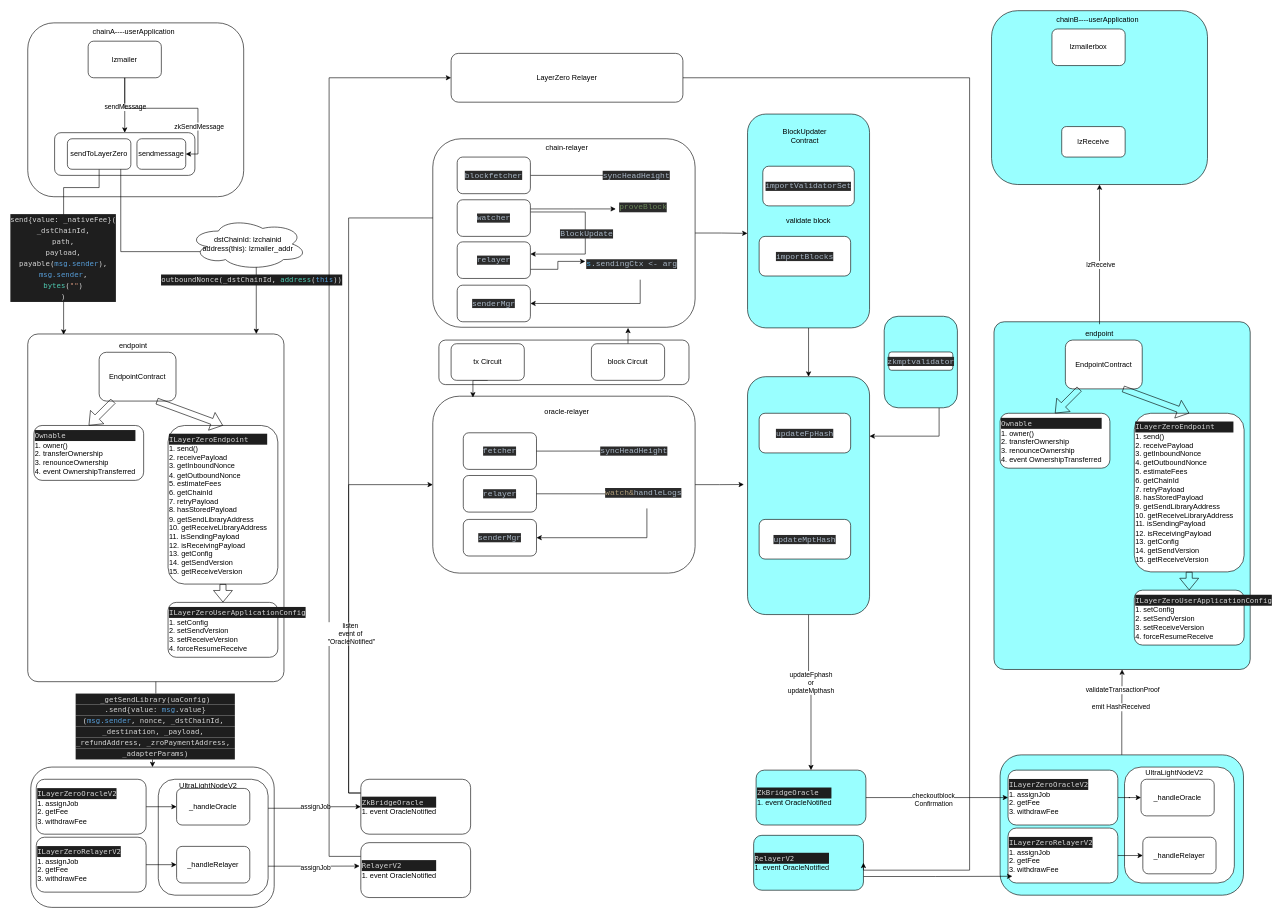
chixiaowen/drawio keeps this draw.io diagram as layer-cross-chain.drawio. Above is the earlier version. Source tidied: cells renumbered, new cells numbered last; positions are measured from the earlier drawing's top-left corner, leaving out a move shared by most shapes. Both pictures are drawn from the tidied source at 61%, with x=0, y=0 at pixel (27, 10).
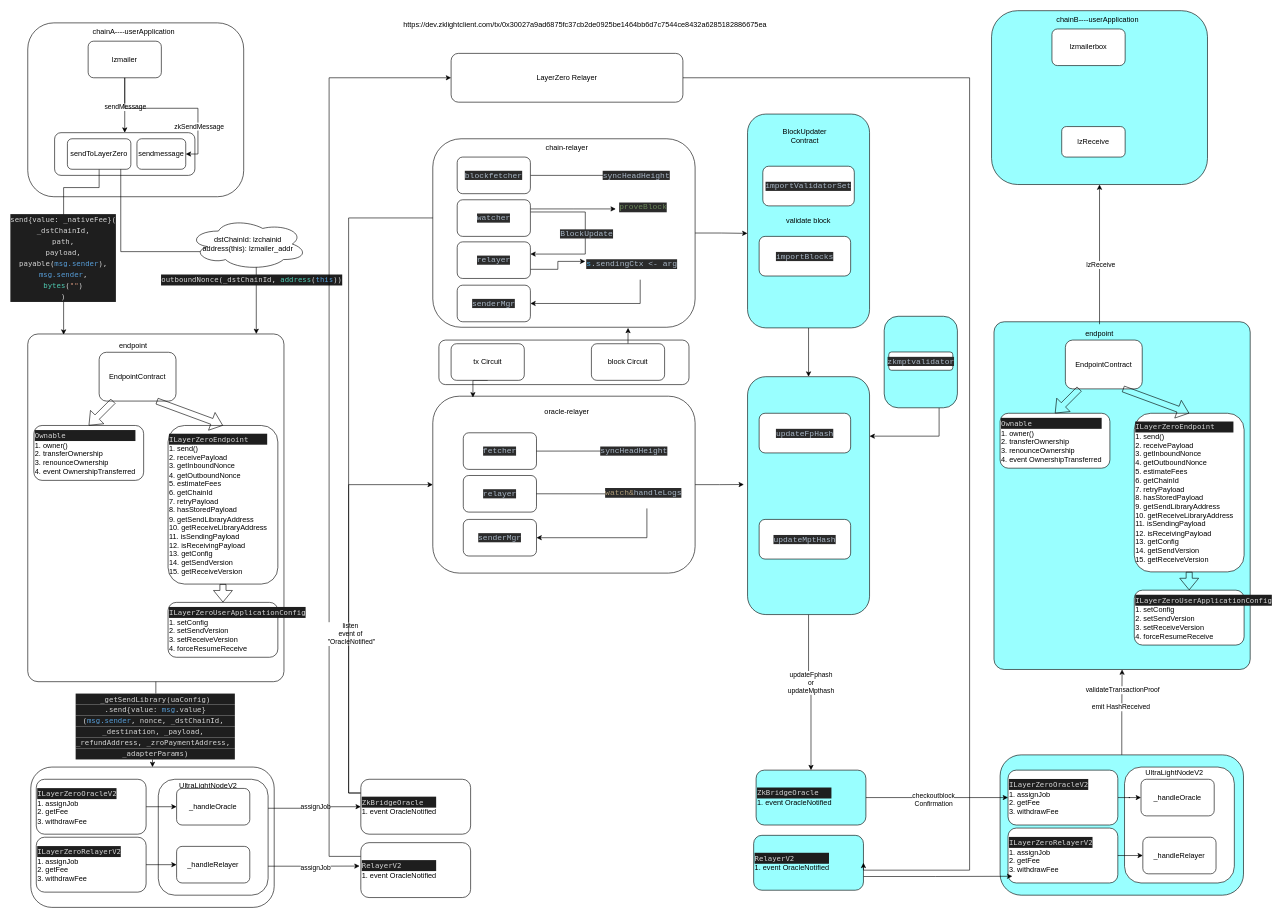
The same page after the edit.

Diff of the diagram source:
```diff
@@
+    <mxCell id="126" value="https://dev.zklightclient.com/tx/0x30027a9ad6875fc37cb2de0925be1464bb6d7c7544ce8432a6285182886675ea" style="text;whiteSpace=wrap;" parent="1" vertex="1">
+      <mxGeometry x="614" y="10" width="560" height="40" as="geometry" />
+    </mxCell>
```
